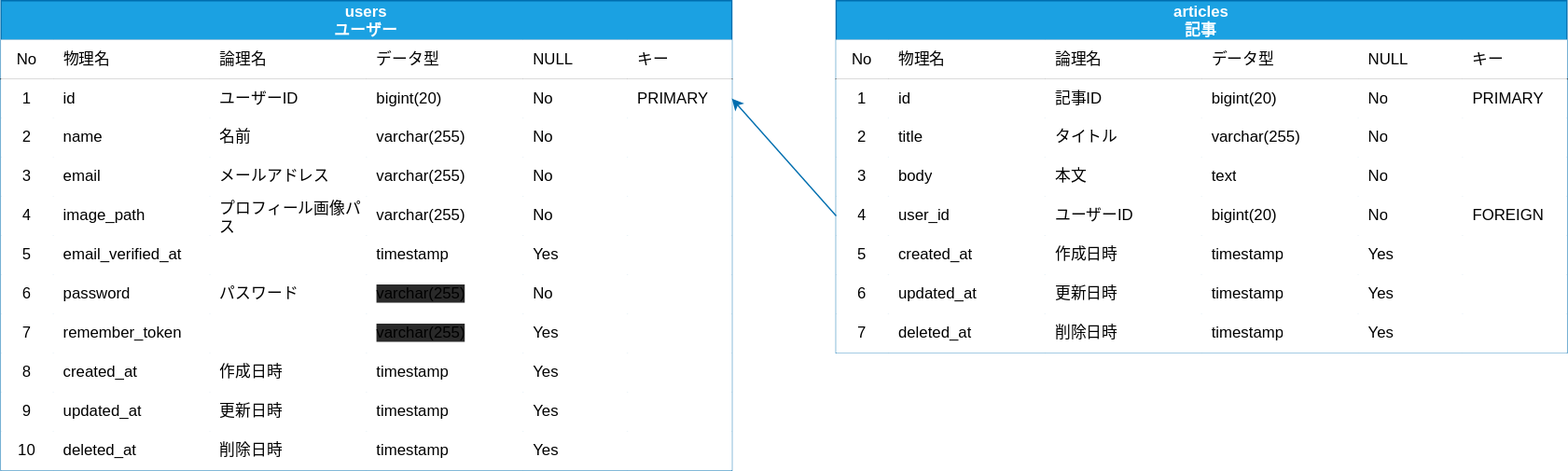
The draw.io diagram document/er.drawio.svg in Migisan/laravel-vue-project, before a commit. Source tidied: cells renumbered, new cells last; positions are measured from the earlier drawing's top-left corner, leaving out a move shared by most shapes.
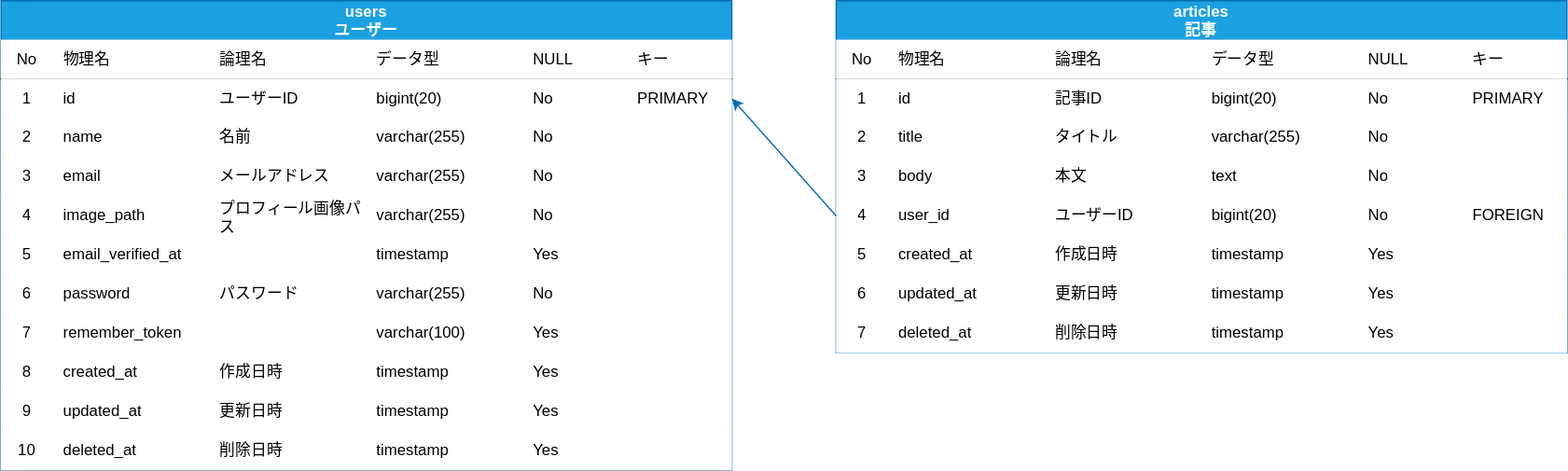
The same file after the commit.

What changed in the source:
```diff
@@ -143,7 +143,7 @@
     <mxCell id="48" value="パスワード" style="shape=partialRectangle;html=1;whiteSpace=wrap;top=0;left=0;bottom=0;right=0;align=left;spacingLeft=6;overflow=hidden;" parent="45" vertex="1">
       <mxGeometry x="160" width="120" height="30" as="geometry" />
     </mxCell>
-    <mxCell id="49" value="&lt;meta charset=&quot;utf-8&quot;&gt;&lt;span style=&quot;font-family: helvetica; font-size: 12px; font-style: normal; font-weight: 400; letter-spacing: normal; text-align: left; text-indent: 0px; text-transform: none; word-spacing: 0px; background-color: rgb(42, 42, 42); display: inline; float: none;&quot;&gt;varchar(255)&lt;/span&gt;" style="shape=partialRectangle;html=1;whiteSpace=wrap;top=0;left=0;bottom=0;right=0;align=left;spacingLeft=6;overflow=hidden;" parent="45" vertex="1">
+    <mxCell id="49" value="&lt;font face=&quot;helvetica&quot;&gt;varchar(255)&lt;/font&gt;" style="shape=partialRectangle;html=1;whiteSpace=wrap;top=0;left=0;bottom=0;right=0;align=left;spacingLeft=6;overflow=hidden;" parent="45" vertex="1">
       <mxGeometry x="280" width="120" height="30" as="geometry" />
     </mxCell>
     <mxCell id="50" value="No" style="shape=partialRectangle;html=1;whiteSpace=wrap;top=0;left=0;bottom=0;right=0;align=left;spacingLeft=6;overflow=hidden;" parent="45" vertex="1">
@@ -164,7 +164,7 @@
     <mxCell id="55" style="shape=partialRectangle;html=1;whiteSpace=wrap;top=0;left=0;bottom=0;right=0;align=left;spacingLeft=6;overflow=hidden;" parent="52" vertex="1">
       <mxGeometry x="160" width="120" height="30" as="geometry" />
     </mxCell>
-    <mxCell id="56" value="&lt;span style=&quot;font-family: &amp;#34;helvetica&amp;#34; ; font-size: 12px ; font-style: normal ; font-weight: 400 ; letter-spacing: normal ; text-align: left ; text-indent: 0px ; text-transform: none ; word-spacing: 0px ; background-color: rgb(42 , 42 , 42) ; display: inline ; float: none&quot;&gt;varchar(255)&lt;/span&gt;" style="shape=partialRectangle;html=1;whiteSpace=wrap;top=0;left=0;bottom=0;right=0;align=left;spacingLeft=6;overflow=hidden;" parent="52" vertex="1">
+    <mxCell id="56" value="&lt;font face=&quot;helvetica&quot;&gt;varchar(100)&lt;/font&gt;" style="shape=partialRectangle;html=1;whiteSpace=wrap;top=0;left=0;bottom=0;right=0;align=left;spacingLeft=6;overflow=hidden;" parent="52" vertex="1">
       <mxGeometry x="280" width="120" height="30" as="geometry" />
     </mxCell>
     <mxCell id="57" value="Yes" style="shape=partialRectangle;html=1;whiteSpace=wrap;top=0;left=0;bottom=0;right=0;align=left;spacingLeft=6;overflow=hidden;" parent="52" vertex="1">
```
